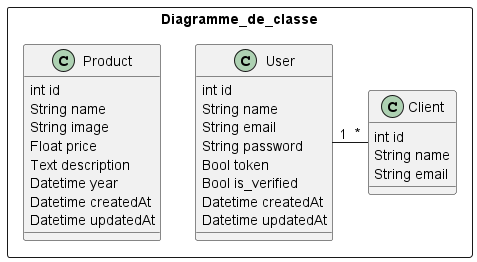
This is diagrammeUml/class.png from nbahire/Projet7_api, a PlantUML export, as it was before one commit.
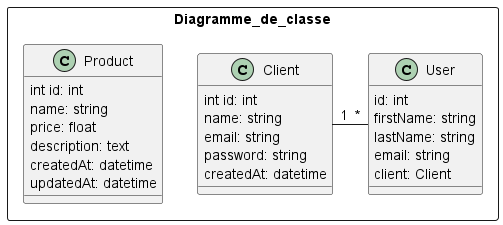
The same diagram one commit later.

The edit, as a diff of the source:
```diff
@@ -2,34 +2,31 @@
 
 rectangle  Diagramme_de_classe  {
 
-    class Client {
-        int id
-        String name
-        String email
+    class User {
+        id: int
+        firstName: string
+        lastName: string
+        email: string
+        client: Client
     }
 
-    class User {
-        int id
-        String name
-        String email
-        String password
-        Bool token
-        Bool is_verified
-        Datetime createdAt
-        Datetime updatedAt
-    }
+    class Client {
+        int id: int
+        name: string
+        email: string
+        password: string
+        createdAt: datetime
+   }
 
-    Client "*"-left- "1"  User
+     User "*"-left- "1"  Client
 
     class Product {
-        int id
-        String name
-        String image
-        Float price
-        Text description
-        Datetime year
-        Datetime createdAt
-        Datetime updatedAt
+        int id: int
+        name: string
+        price: float
+        description: text
+        createdAt: datetime
+        updatedAt: datetime
     }
 
 }
```
